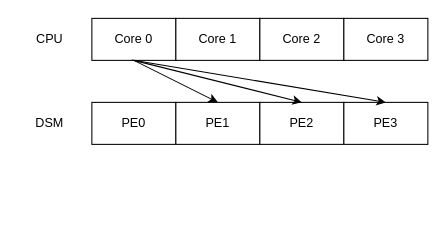
Earlier version of the draw.io diagram マルチコア同期.drawio (21km43/drawio). Source tidied: cells renumbered, new cells numbered last; positions are measured from the earlier drawing's top-left corner, leaving out a move shared by most shapes. Both pictures are drawn from the tidied source at 105%, with x=0, y=0 at pixel (18, 18).
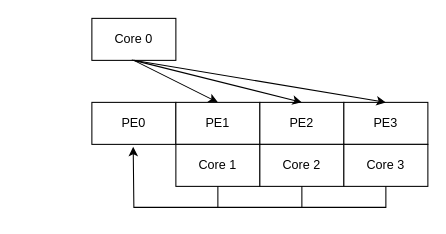
After the change.

Commit message (it also covers changes not shown here):
マルチコア同期.drawio を更新します

The change refers to these unchanged cells:
```xml
<mxCell id="2" value="PE0" style="rounded=0;whiteSpace=wrap;html=1;" parent="1" vertex="1">
  <mxGeometry x="70" y="80" width="80" height="40" as="geometry" />
</mxCell>
```

Diff of the diagram source:
```diff
@@
-    <mxCell id="6" value="DSM" style="text;strokeColor=none;align=center;fillColor=none;html=1;verticalAlign=middle;whiteSpace=wrap;rounded=0;" parent="1" vertex="1">
-      <mxGeometry y="85" width="60" height="30" as="geometry" />
-    </mxCell>
@@
     <mxCell id="8" value="Core 1" style="rounded=0;whiteSpace=wrap;html=1;" parent="1" vertex="1">
-      <mxGeometry x="150" width="80" height="40" as="geometry" />
+      <mxGeometry x="150" y="120" width="80" height="40" as="geometry" />
     </mxCell>
     <mxCell id="9" value="Core 2" style="rounded=0;whiteSpace=wrap;html=1;" parent="1" vertex="1">
-      <mxGeometry x="230" width="80" height="40" as="geometry" />
+      <mxGeometry x="230" y="120" width="80" height="40" as="geometry" />
     </mxCell>
     <mxCell id="10" value="Core 3" style="rounded=0;whiteSpace=wrap;html=1;" parent="1" vertex="1">
-      <mxGeometry x="310" width="80" height="40" as="geometry" />
+      <mxGeometry x="310" y="120" width="80" height="40" as="geometry" />
     </mxCell>
-    <mxCell id="11" value="CPU" style="text;strokeColor=none;align=center;fillColor=none;html=1;verticalAlign=middle;whiteSpace=wrap;rounded=0;" parent="1" vertex="1">
-      <mxGeometry y="5" width="60" height="30" as="geometry" />
-    </mxCell>
@@
+    <mxCell id="15" style="endArrow=classic;html=1;rounded=0;exitX=0.5;exitY=1;exitDx=0;exitDy=0;entryX=0.492;entryY=1.058;entryDx=0;entryDy=0;entryPerimeter=0;" parent="1" edge="1" source="8" target="2">
+      <mxGeometry relative="1" as="geometry">
+        <Array as="points">
+          <mxPoint x="190" y="180" />
+          <mxPoint x="110" y="180" />
+        </Array>
+      </mxGeometry>
+    </mxCell>
+    <mxCell id="16" style="endArrow=none;html=1;rounded=0;entryX=0.5;entryY=1;entryDx=0;entryDy=0;" parent="1" edge="1" target="9">
+      <mxGeometry relative="1" as="geometry">
+        <mxPoint x="190" y="180" as="sourcePoint" />
+        <Array as="points">
+          <mxPoint x="270" y="180" />
+        </Array>
+      </mxGeometry>
+    </mxCell>
+    <mxCell id="17" style="endArrow=none;html=1;rounded=0;entryX=0.5;entryY=1;entryDx=0;entryDy=0;" parent="1" edge="1">
+      <mxGeometry relative="1" as="geometry">
+        <mxPoint x="270" y="180" as="sourcePoint" />
+        <mxPoint x="350" y="160" as="targetPoint" />
+        <Array as="points">
+          <mxPoint x="350" y="180" />
+        </Array>
+      </mxGeometry>
+    </mxCell>
```
